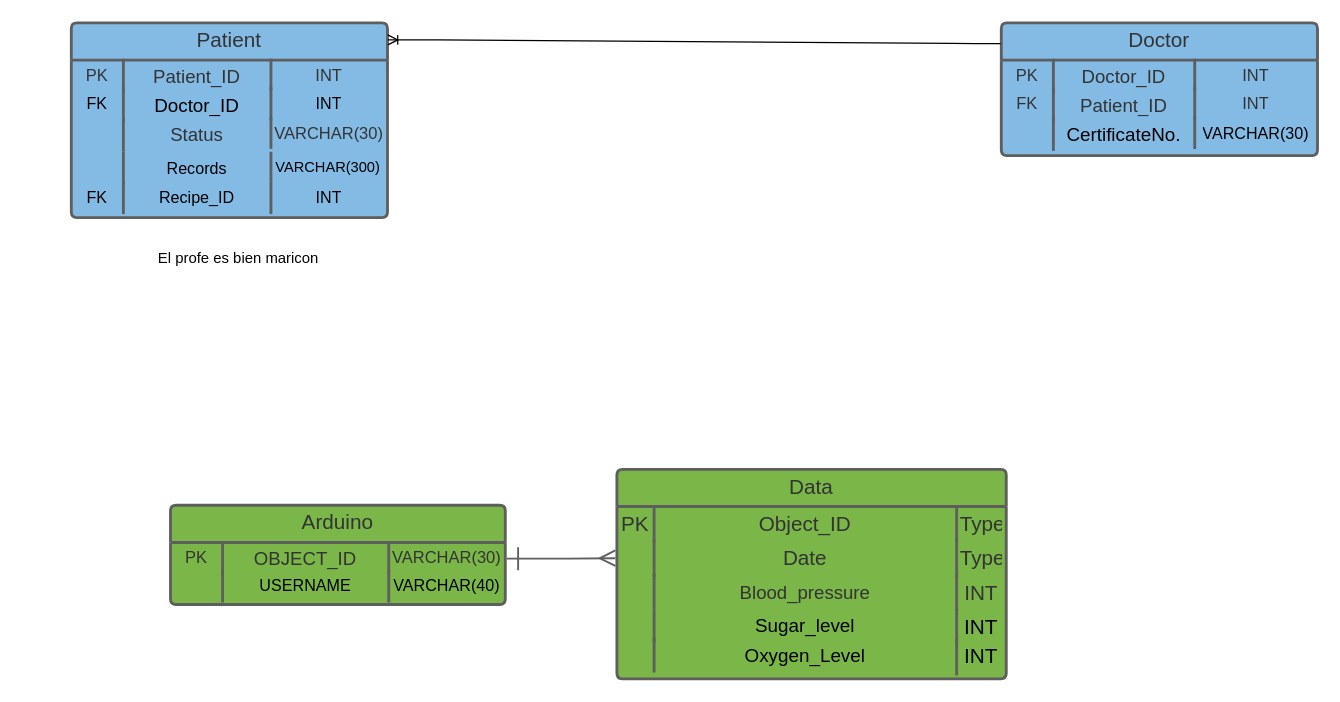
This is Untitled Diagram.drawio from HostVital-IoT/BackEnd, a draw.io file, before an edit. Source tidied: cells renumbered, new cells numbered last; positions are measured from the earlier drawing's top-left corner, leaving out a move shared by most shapes. Both pictures are drawn from the tidied source at 124%, with x=0, y=0 at pixel (21, 22).
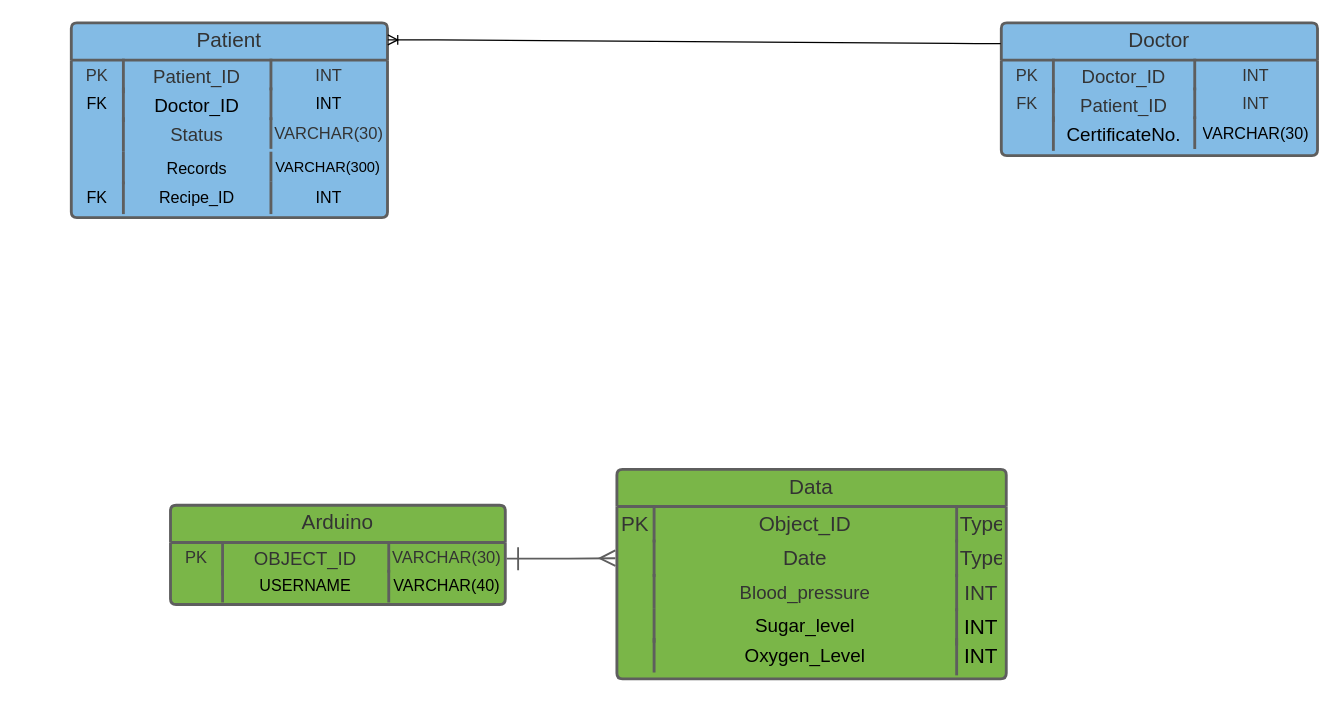
Above is the later version.

Diff of the diagram source:
```diff
@@
-    <mxCell id="28" value="El profe es bien maricon" style="text;html=1;strokeColor=none;fillColor=none;align=center;verticalAlign=middle;whiteSpace=wrap;rounded=0;" parent="1" vertex="1">
-      <mxGeometry y="60" width="350" height="260" as="geometry" />
-    </mxCell>
```
